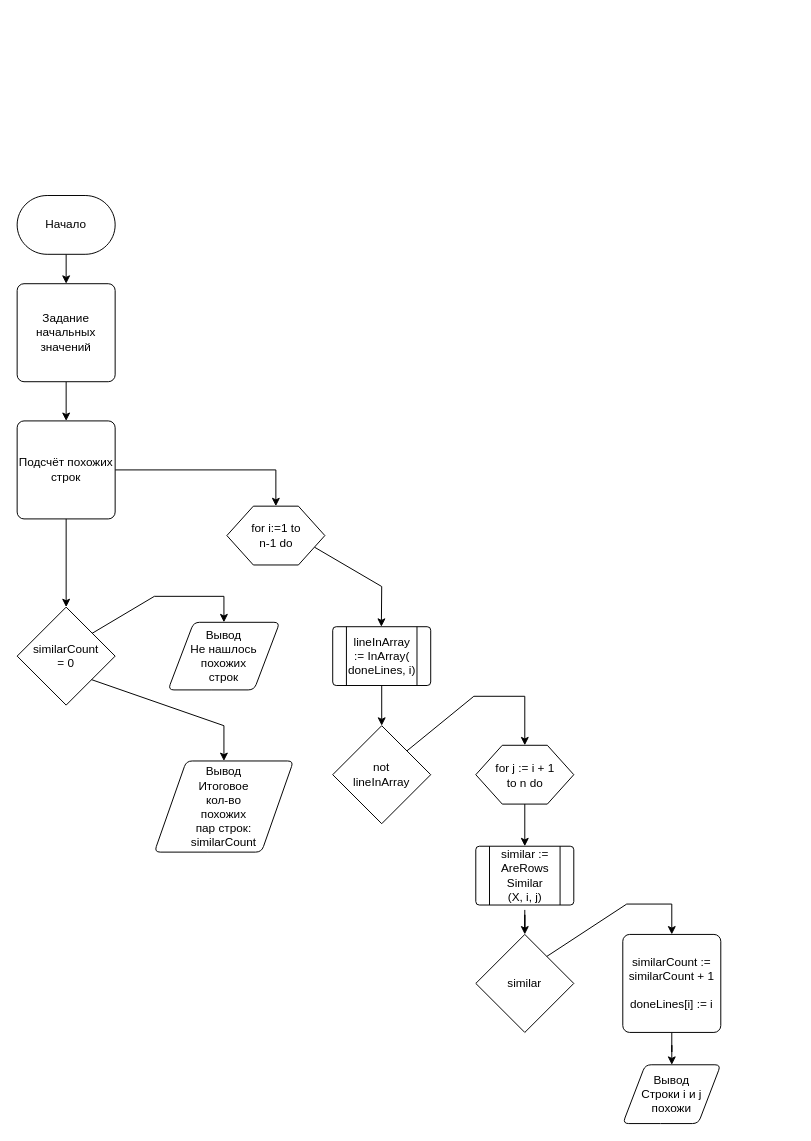
Before: schemas/lab6-schema.drawio in bsuir-cesium/oaip-6, a draw.io diagram. Source tidied: cells renumbered, new cells numbered last; positions are measured from the earlier drawing's top-left corner, leaving out a move shared by most shapes. Both pictures are drawn from the tidied source at 98%, with x=0, y=0 at pixel (17, 195).
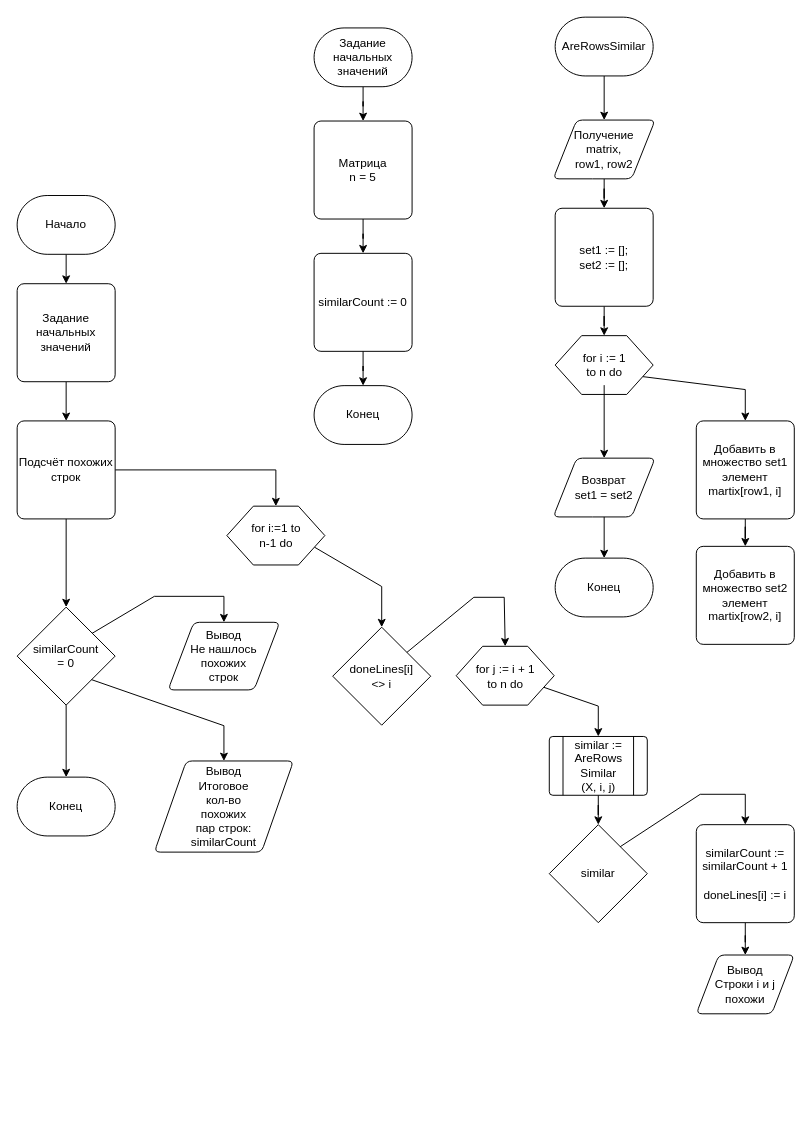
The same page after the edit.

Commit message (it also covers changes not shown here):
Update schema, optimize code

Unchanged cells that the change refers to:
```xml
<mxCell id="7" style="verticalLabelPosition=bottom;verticalAlign=top;html=1;shape=hexagon;perimeter=hexagonPerimeter2;arcSize=6;size=0.27;strokeWidth=1;" parent="1" vertex="1">
  <mxGeometry x="214" y="317" width="100" height="60" as="geometry" />
</mxCell>
<mxCell id="30" value="similarCount&lt;br&gt;= 0" style="strokeWidth=1;html=1;shape=mxgraph.flowchart.decision;whiteSpace=wrap;" parent="1" vertex="1">
  <mxGeometry y="420" width="100" height="100" as="geometry" />
</mxCell>
```

What changed in the source:
```diff
@@
-    <mxCell id="6" style="rounded=0;jettySize=auto;html=1;exitX=1;exitY=0.75;exitDx=0;exitDy=0;entryX=0.496;entryY=0;entryDx=0;entryDy=0;entryPerimeter=0;strokeWidth=1;" parent="1" edge="1" source="7" target="13">
+    <mxCell id="6" style="rounded=0;jettySize=auto;html=1;exitX=1;exitY=0.75;exitDx=0;exitDy=0;entryX=0.5;entryY=0;entryDx=0;entryDy=0;entryPerimeter=0;strokeWidth=1;" parent="1" edge="1" source="7" target="15">
       <mxGeometry relative="1" as="geometry">
         <Array as="points">
           <mxPoint x="372" y="399" />
         </Array>
       </mxGeometry>
     </mxCell>
@@
-    <mxCell id="11" style="verticalLabelPosition=bottom;verticalAlign=top;html=1;shape=process;whiteSpace=wrap;rounded=1;size=0.14;arcSize=6;strokeWidth=1;" parent="1" vertex="1">
-      <mxGeometry x="322" y="440" width="100" height="60" as="geometry" />
-    </mxCell>
-    <mxCell id="12" style="edgeStyle=orthogonalEdgeStyle;rounded=0;jettySize=auto;html=1;strokeWidth=1;" parent="1" edge="1" source="13" target="15">
-      <mxGeometry relative="1" as="geometry" />
-    </mxCell>
-    <mxCell id="13" value="lineInArray&lt;br&gt;:= InArray(&lt;br&gt;doneLines, i)" style="text;html=1;align=center;verticalAlign=middle;points=[];strokeColor=none;fillColor=none;strokeWidth=1;" parent="1" vertex="1">
-      <mxGeometry x="327" y="440" width="90" height="60" as="geometry" />
-    </mxCell>
     <mxCell id="14" style="rounded=0;jettySize=auto;html=1;entryX=0.5;entryY=0;entryDx=0;entryDy=0;exitX=0.75;exitY=0.263;exitDx=0;exitDy=0;exitPerimeter=0;strokeWidth=1;" parent="1" edge="1" source="15" target="17">
       <mxGeometry relative="1" as="geometry">
         <Array as="points">
-          <mxPoint x="466" y="511" />
-          <mxPoint x="518" y="511" />
+          <mxPoint x="466" y="410" />
+          <mxPoint x="497" y="410" />
         </Array>
       </mxGeometry>
     </mxCell>
-    <mxCell id="15" value="not&lt;br&gt;lineInArray" style="strokeWidth=1;html=1;shape=mxgraph.flowchart.decision;whiteSpace=wrap;" parent="1" vertex="1">
-      <mxGeometry x="322" y="541" width="100" height="100" as="geometry" />
+    <mxCell id="15" value="doneLines[i]&lt;br&gt;&amp;lt;&amp;gt; i" style="strokeWidth=1;html=1;shape=mxgraph.flowchart.decision;whiteSpace=wrap;" parent="1" vertex="1">
+      <mxGeometry x="322" y="440.5" width="100" height="100" as="geometry" />
     </mxCell>
-    <mxCell id="16" style="edgeStyle=orthogonalEdgeStyle;rounded=0;jettySize=auto;html=1;entryX=0.5;entryY=0;entryDx=0;entryDy=0;strokeWidth=1;" parent="1" edge="1" source="17" target="20">
-      <mxGeometry relative="1" as="geometry" />
+    <mxCell id="16" style="rounded=0;jettySize=auto;html=1;entryX=0.5;entryY=0;entryDx=0;entryDy=0;exitX=1;exitY=0.75;exitDx=0;exitDy=0;strokeWidth=1;" parent="1" edge="1" source="17" target="20">
+      <mxGeometry relative="1" as="geometry">
+        <Array as="points">
+          <mxPoint x="593" y="521" />
+        </Array>
+      </mxGeometry>
     </mxCell>
     <mxCell id="17" style="verticalLabelPosition=bottom;verticalAlign=top;html=1;shape=hexagon;perimeter=hexagonPerimeter2;arcSize=6;size=0.27;strokeWidth=1;" parent="1" vertex="1">
-      <mxGeometry x="468" y="561" width="100" height="60" as="geometry" />
+      <mxGeometry x="448" y="460" width="100" height="60" as="geometry" />
     </mxCell>
     <mxCell id="18" value="for&amp;nbsp;j := i + 1&lt;br&gt;to n do" style="text;html=1;align=center;verticalAlign=middle;strokeColor=none;fillColor=none;strokeWidth=1;" parent="1" vertex="1">
-      <mxGeometry x="479" y="571" width="78" height="41" as="geometry" />
+      <mxGeometry x="459" y="470" width="78" height="41" as="geometry" />
     </mxCell>
-    <mxCell id="19" style="group;strokeWidth=1;" parent="1" vertex="1">
-      <mxGeometry x="468" y="659" width="100" height="70" as="geometry" />
-    </mxCell>
-    <mxCell id="20" style="verticalLabelPosition=bottom;verticalAlign=top;html=1;shape=process;whiteSpace=wrap;rounded=1;size=0.14;arcSize=6;strokeWidth=1;" parent="19" vertex="1">
-      <mxGeometry y="5" width="100" height="60" as="geometry" />
-    </mxCell>
-    <mxCell id="21" value="similar :=&lt;br&gt;AreRows&lt;br&gt;Similar&lt;br&gt;(X, i, j)" style="text;html=1;align=center;verticalAlign=middle;points=[];strokeColor=none;fillColor=none;strokeWidth=1;" parent="19" vertex="1">
-      <mxGeometry x="16.5" width="67" height="70" as="geometry" />
-    </mxCell>
     <mxCell id="22" style="rounded=0;jettySize=auto;html=1;entryX=0.5;entryY=0;entryDx=0;entryDy=0;exitX=0.716;exitY=0.23;exitDx=0;exitDy=0;exitPerimeter=0;strokeWidth=1;" parent="1" edge="1" source="23" target="25">
       <mxGeometry relative="1" as="geometry">
         <Array as="points">
-          <mxPoint x="622" y="723" />
-          <mxPoint x="668" y="723" />
+          <mxPoint x="697" y="611" />
+          <mxPoint x="743" y="611" />
         </Array>
       </mxGeometry>
     </mxCell>
     <mxCell id="23" value="similar" style="strokeWidth=1;html=1;shape=mxgraph.flowchart.decision;whiteSpace=wrap;" parent="1" vertex="1">
-      <mxGeometry x="468" y="754" width="100" height="100" as="geometry" />
+      <mxGeometry x="543" y="642" width="100" height="100" as="geometry" />
     </mxCell>
@@
     <mxCell id="25" value="&lt;div&gt;similarCount := similarCount + 1&lt;/div&gt;&lt;div&gt;&lt;br&gt;&lt;span style=&quot;background-color: initial;&quot;&gt;doneLines[i] := i&lt;/span&gt;&lt;/div&gt;" style="rounded=1;whiteSpace=wrap;html=1;absoluteArcSize=1;arcSize=14;strokeWidth=1;" parent="1" vertex="1">
-      <mxGeometry x="618" y="754" width="100" height="100" as="geometry" />
+      <mxGeometry x="693" y="642" width="100" height="100" as="geometry" />
     </mxCell>
     <mxCell id="26" value="Вывод&lt;br&gt;Строки i и j&lt;br&gt;похожи" style="shape=parallelogram;html=1;strokeWidth=1;perimeter=parallelogramPerimeter;whiteSpace=wrap;rounded=1;arcSize=12;size=0.23;" parent="1" vertex="1">
-      <mxGeometry x="618" y="887" width="100" height="60" as="geometry" />
+      <mxGeometry x="693" y="775" width="100" height="60" as="geometry" />
     </mxCell>
-    <mxCell id="27" style="edgeStyle=orthogonalEdgeStyle;rounded=0;jettySize=auto;html=1;entryX=0.5;entryY=0;entryDx=0;entryDy=0;entryPerimeter=0;strokeWidth=1;" parent="1" edge="1" source="21" target="23">
-      <mxGeometry relative="1" as="geometry" />
-    </mxCell>
@@
+    <mxCell id="34" style="edgeStyle=orthogonalEdgeStyle;rounded=0;jettySize=auto;html=1;strokeWidth=1;" parent="1" edge="1" source="35" target="37">
+      <mxGeometry relative="1" as="geometry" />
+    </mxCell>
+    <mxCell id="35" value="AreRowsSimilar" style="strokeWidth=1;html=1;shape=mxgraph.flowchart.terminator;whiteSpace=wrap;" parent="1" vertex="1">
+      <mxGeometry x="549" y="-182" width="100" height="60" as="geometry" />
+    </mxCell>
+    <mxCell id="36" style="edgeStyle=orthogonalEdgeStyle;rounded=0;jettySize=auto;html=1;entryX=0.5;entryY=0;entryDx=0;entryDy=0;strokeWidth=1;" parent="1" edge="1" source="37" target="39">
+      <mxGeometry relative="1" as="geometry" />
+    </mxCell>
+    <mxCell id="37" value="Получение&lt;br&gt;matrix,&lt;br&gt;row1, row2" style="shape=parallelogram;html=1;strokeWidth=1;perimeter=parallelogramPerimeter;whiteSpace=wrap;rounded=1;arcSize=12;size=0.23;" parent="1" vertex="1">
+      <mxGeometry x="547" y="-77" width="104" height="60" as="geometry" />
+    </mxCell>
+    <mxCell id="38" style="edgeStyle=orthogonalEdgeStyle;rounded=0;jettySize=auto;html=1;entryX=0.5;entryY=0;entryDx=0;entryDy=0;strokeWidth=1;" parent="1" edge="1" source="39" target="41">
+      <mxGeometry relative="1" as="geometry" />
+    </mxCell>
+    <mxCell id="39" value="&lt;div&gt;set1 := [];&lt;/div&gt;&lt;div&gt;set2 := [];&lt;/div&gt;" style="rounded=1;whiteSpace=wrap;html=1;absoluteArcSize=1;arcSize=14;strokeWidth=1;" parent="1" vertex="1">
+      <mxGeometry x="549" y="13" width="100" height="100" as="geometry" />
+    </mxCell>
+    <mxCell id="40" style="rounded=0;jettySize=auto;html=1;exitX=1;exitY=0.75;exitDx=0;exitDy=0;entryX=0.5;entryY=0;entryDx=0;entryDy=0;strokeWidth=1;" parent="1" edge="1" source="41" target="45">
+      <mxGeometry relative="1" as="geometry">
+        <Array as="points">
+          <mxPoint x="743" y="198" />
+        </Array>
+      </mxGeometry>
+    </mxCell>
+    <mxCell id="41" style="verticalLabelPosition=bottom;verticalAlign=top;html=1;shape=hexagon;perimeter=hexagonPerimeter2;arcSize=6;size=0.27;strokeWidth=1;" parent="1" vertex="1">
+      <mxGeometry x="549" y="143" width="100" height="60" as="geometry" />
+    </mxCell>
+    <mxCell id="42" style="edgeStyle=orthogonalEdgeStyle;rounded=0;jettySize=auto;html=1;entryX=0.5;entryY=0;entryDx=0;entryDy=0;strokeWidth=1;" parent="1" edge="1" source="43" target="48">
+      <mxGeometry relative="1" as="geometry" />
+    </mxCell>
+    <mxCell id="43" value="for i := 1 &lt;br&gt;to n&amp;nbsp;do" style="text;html=1;align=center;verticalAlign=middle;points=[];strokeColor=none;fillColor=none;strokeWidth=1;" parent="1" vertex="1">
+      <mxGeometry x="568" y="152.5" width="62" height="41" as="geometry" />
+    </mxCell>
+    <mxCell id="44" style="edgeStyle=orthogonalEdgeStyle;rounded=0;jettySize=auto;html=1;entryX=0.5;entryY=0;entryDx=0;entryDy=0;strokeWidth=1;" parent="1" edge="1" source="45" target="46">
+      <mxGeometry relative="1" as="geometry" />
+    </mxCell>
+    <mxCell id="45" value="&lt;div&gt;Добавить в множество set1 элемент martix[row1, i]&lt;/div&gt;" style="rounded=1;whiteSpace=wrap;html=1;absoluteArcSize=1;arcSize=14;strokeWidth=1;" parent="1" vertex="1">
+      <mxGeometry x="693" y="230" width="100" height="100" as="geometry" />
+    </mxCell>
+    <mxCell id="46" value="&lt;div&gt;Добавить в множество set2 элемент martix[row2, i]&lt;/div&gt;" style="rounded=1;whiteSpace=wrap;html=1;absoluteArcSize=1;arcSize=14;strokeWidth=1;" parent="1" vertex="1">
+      <mxGeometry x="693" y="358" width="100" height="100" as="geometry" />
+    </mxCell>
+    <mxCell id="20" style="verticalLabelPosition=bottom;verticalAlign=top;html=1;shape=process;whiteSpace=wrap;rounded=1;size=0.14;arcSize=6;strokeWidth=1;" parent="1" vertex="1">
+      <mxGeometry x="543" y="552" width="100" height="60" as="geometry" />
+    </mxCell>
+    <mxCell id="21" value="similar :=&lt;br&gt;AreRows&lt;br&gt;Similar&lt;br&gt;(X, i, j)" style="text;html=1;align=center;verticalAlign=middle;points=[];strokeColor=none;fillColor=none;strokeWidth=1;" parent="1" vertex="1">
+      <mxGeometry x="559.5" y="547" width="67" height="70" as="geometry" />
+    </mxCell>
+    <mxCell id="47" style="edgeStyle=orthogonalEdgeStyle;rounded=0;jettySize=auto;html=1;entryX=0.5;entryY=0;entryDx=0;entryDy=0;entryPerimeter=0;strokeWidth=1;" parent="1" edge="1" source="20" target="23">
+      <mxGeometry relative="1" as="geometry" />
+    </mxCell>
+    <mxCell id="48" value="Возврат&lt;br&gt;set1 = set2" style="shape=parallelogram;html=1;strokeWidth=1;perimeter=parallelogramPerimeter;whiteSpace=wrap;rounded=1;arcSize=12;size=0.23;" parent="1" vertex="1">
+      <mxGeometry x="547" y="268" width="104" height="60" as="geometry" />
+    </mxCell>
+    <mxCell id="49" value="Конец" style="strokeWidth=1;html=1;shape=mxgraph.flowchart.terminator;whiteSpace=wrap;" parent="1" vertex="1">
+      <mxGeometry x="549" y="370" width="100" height="60" as="geometry" />
+    </mxCell>
+    <mxCell id="50" style="edgeStyle=orthogonalEdgeStyle;rounded=0;jettySize=auto;html=1;entryX=0.5;entryY=0;entryDx=0;entryDy=0;entryPerimeter=0;strokeWidth=1;" parent="1" edge="1" source="48" target="49">
+      <mxGeometry relative="1" as="geometry" />
+    </mxCell>
+    <mxCell id="51" value="Конец" style="strokeWidth=1;html=1;shape=mxgraph.flowchart.terminator;whiteSpace=wrap;" parent="1" vertex="1">
+      <mxGeometry y="593.5" width="100" height="60" as="geometry" />
+    </mxCell>
+    <mxCell id="52" style="edgeStyle=orthogonalEdgeStyle;rounded=0;jettySize=auto;html=1;entryX=0.5;entryY=0;entryDx=0;entryDy=0;entryPerimeter=0;strokeWidth=1;" parent="1" edge="1" source="30" target="51">
+      <mxGeometry relative="1" as="geometry" />
+    </mxCell>
+    <mxCell id="53" style="edgeStyle=orthogonalEdgeStyle;rounded=0;jettySize=auto;html=1;entryX=0.5;entryY=0;entryDx=0;entryDy=0;" parent="1" edge="1" source="54" target="56">
+      <mxGeometry relative="1" as="geometry" />
+    </mxCell>
+    <mxCell id="54" value="Задание начальных значений" style="strokeWidth=1;html=1;shape=mxgraph.flowchart.terminator;whiteSpace=wrap;" parent="1" vertex="1">
+      <mxGeometry x="303" y="-171" width="100" height="60" as="geometry" />
+    </mxCell>
+    <mxCell id="55" style="edgeStyle=orthogonalEdgeStyle;rounded=0;jettySize=auto;html=1;entryX=0.5;entryY=0;entryDx=0;entryDy=0;" parent="1" edge="1" source="56" target="57">
+      <mxGeometry relative="1" as="geometry" />
+    </mxCell>
+    <mxCell id="56" value="&lt;div&gt;Матрица&lt;br&gt;n = 5&lt;/div&gt;" style="rounded=1;whiteSpace=wrap;html=1;absoluteArcSize=1;arcSize=14;strokeWidth=1;" parent="1" vertex="1">
+      <mxGeometry x="303" y="-76" width="100" height="100" as="geometry" />
+    </mxCell>
+    <mxCell id="57" value="similarCount := 0" style="rounded=1;whiteSpace=wrap;html=1;absoluteArcSize=1;arcSize=14;strokeWidth=1;" parent="1" vertex="1">
+      <mxGeometry x="303" y="59" width="100" height="100" as="geometry" />
+    </mxCell>
+    <mxCell id="58" value="Конец" style="strokeWidth=1;html=1;shape=mxgraph.flowchart.terminator;whiteSpace=wrap;" parent="1" vertex="1">
+      <mxGeometry x="303" y="194" width="100" height="60" as="geometry" />
+    </mxCell>
+    <mxCell id="59" style="edgeStyle=orthogonalEdgeStyle;rounded=0;jettySize=auto;html=1;entryX=0.5;entryY=0;entryDx=0;entryDy=0;entryPerimeter=0;" parent="1" edge="1" source="57" target="58">
+      <mxGeometry relative="1" as="geometry" />
+    </mxCell>
```
